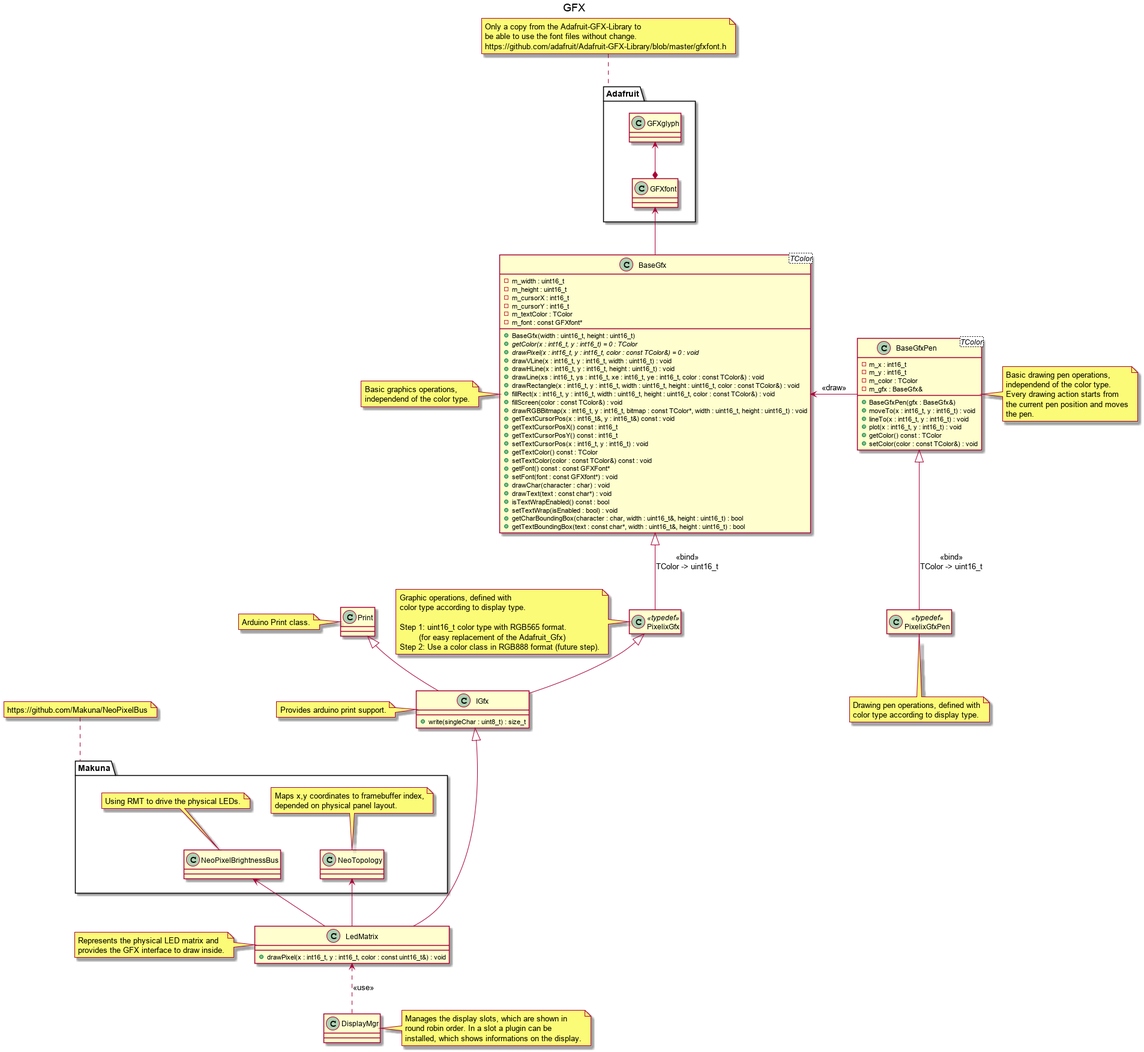
Before: doc/design/gfx.png, a diagram exported from PlantUML (BlueAndi/Pixelix).
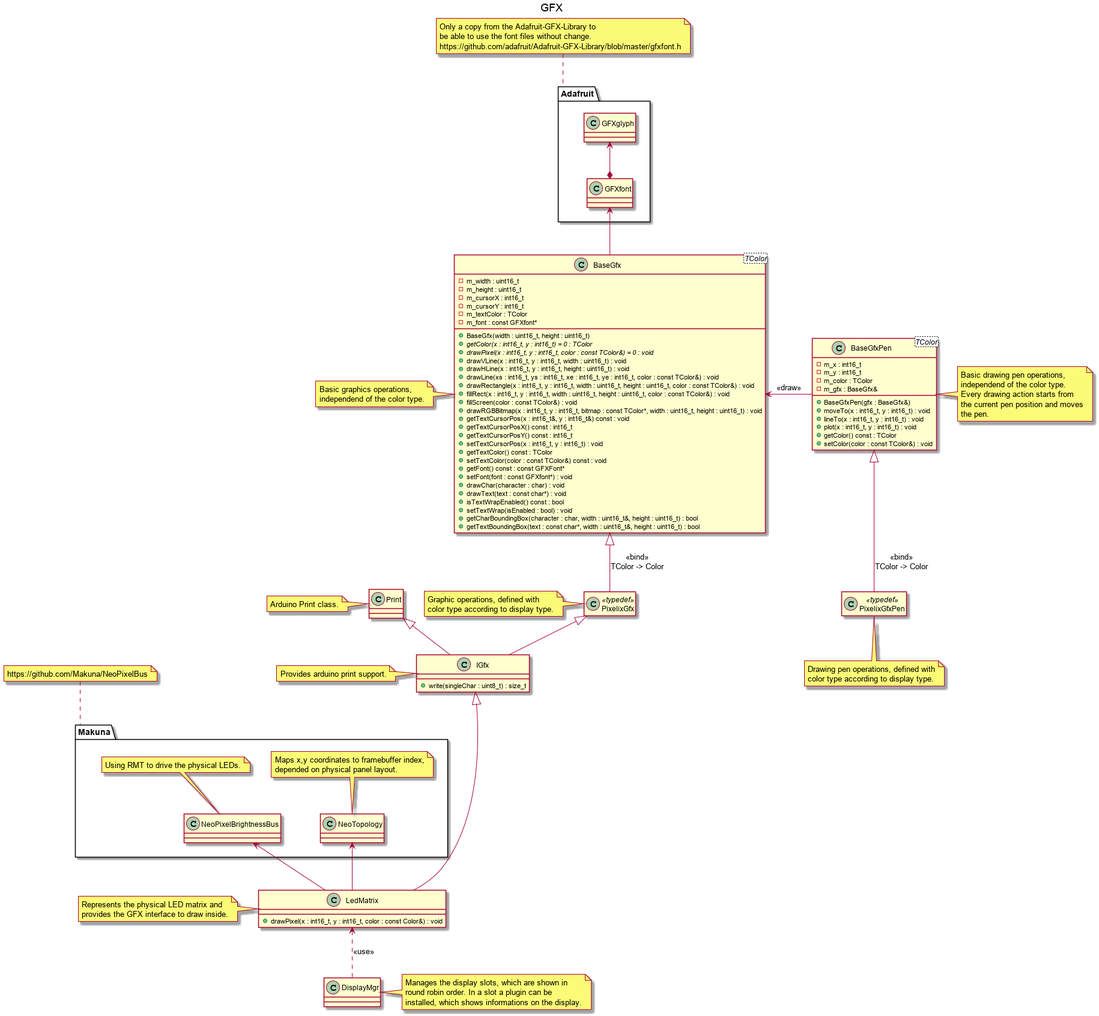
After the commit.

What changed in the source:
```diff
@@ -104,13 +104,9 @@
 note left of PixelixGfx
     Graphic operations, defined with
     color type according to display type.
-
-    Step 1: uint16_t color type with RGB565 format.
-            (for easy replacement of the Adafruit_Gfx)
-    Step 2: Use a color class in RGB888 format (future step).
 end note
 
-baseGfx <|-- PixelixGfx: <<bind>>\nTColor -> uint16_t
+baseGfx <|-- PixelixGfx: <<bind>>\nTColor -> Color
 
 class PixelixGfxPen <<typedef>>
 hide PixelixGfxPen members
@@ -120,7 +116,7 @@
     color type according to display type.
 end note
 
-baseGfxPen <|-- PixelixGfxPen: <<bind>>\nTColor -> uint16_t
+baseGfxPen <|-- PixelixGfxPen: <<bind>>\nTColor -> Color
 
 class "Print" as print
 
@@ -140,7 +136,7 @@
 print <|-- igfx
 
 class "LedMatrix" as ledMatrix {
-    + drawPixel(x : int16_t, y : int16_t, color : const uint16_t&) : void
+    + drawPixel(x : int16_t, y : int16_t, color : const Color&) : void
 }
 
 note left of ledMatrix
```
